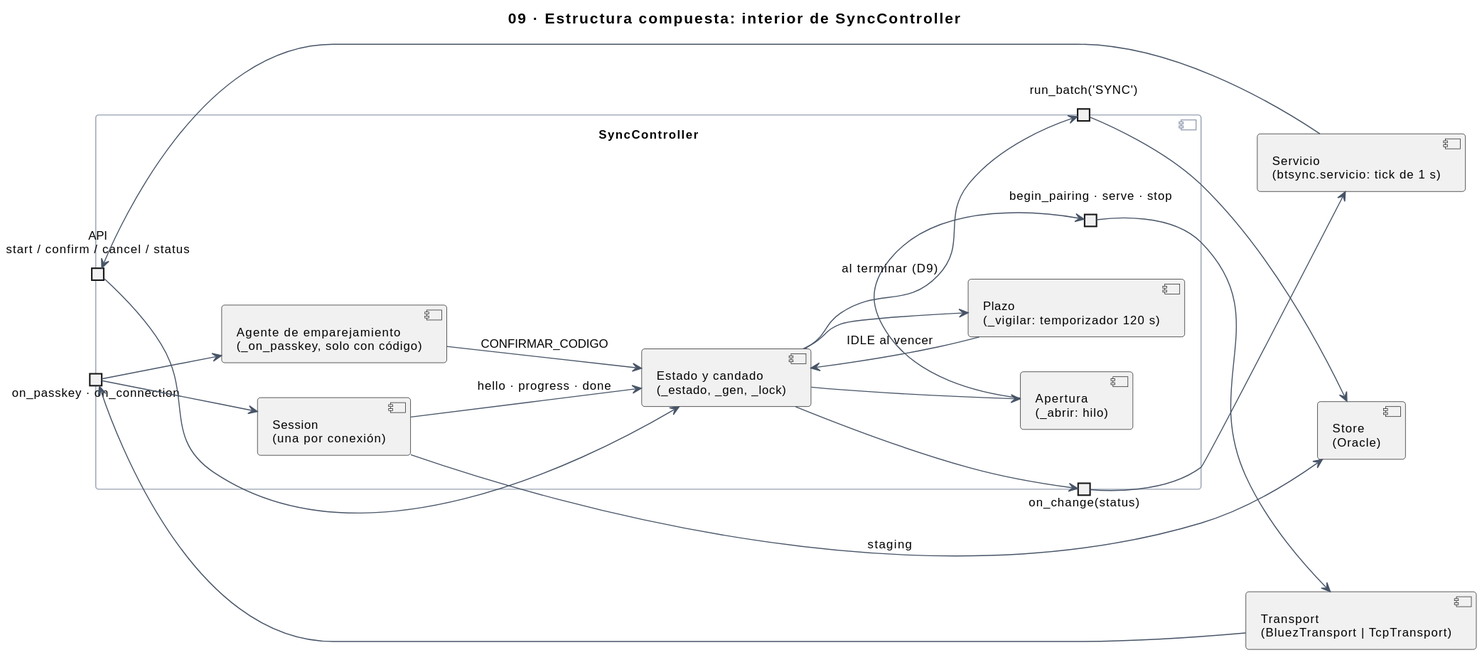
Above: docs/img/uml/09-estructura-compuesta.svg in sebas-archive/kardex-bt (PlantUML), before the change.
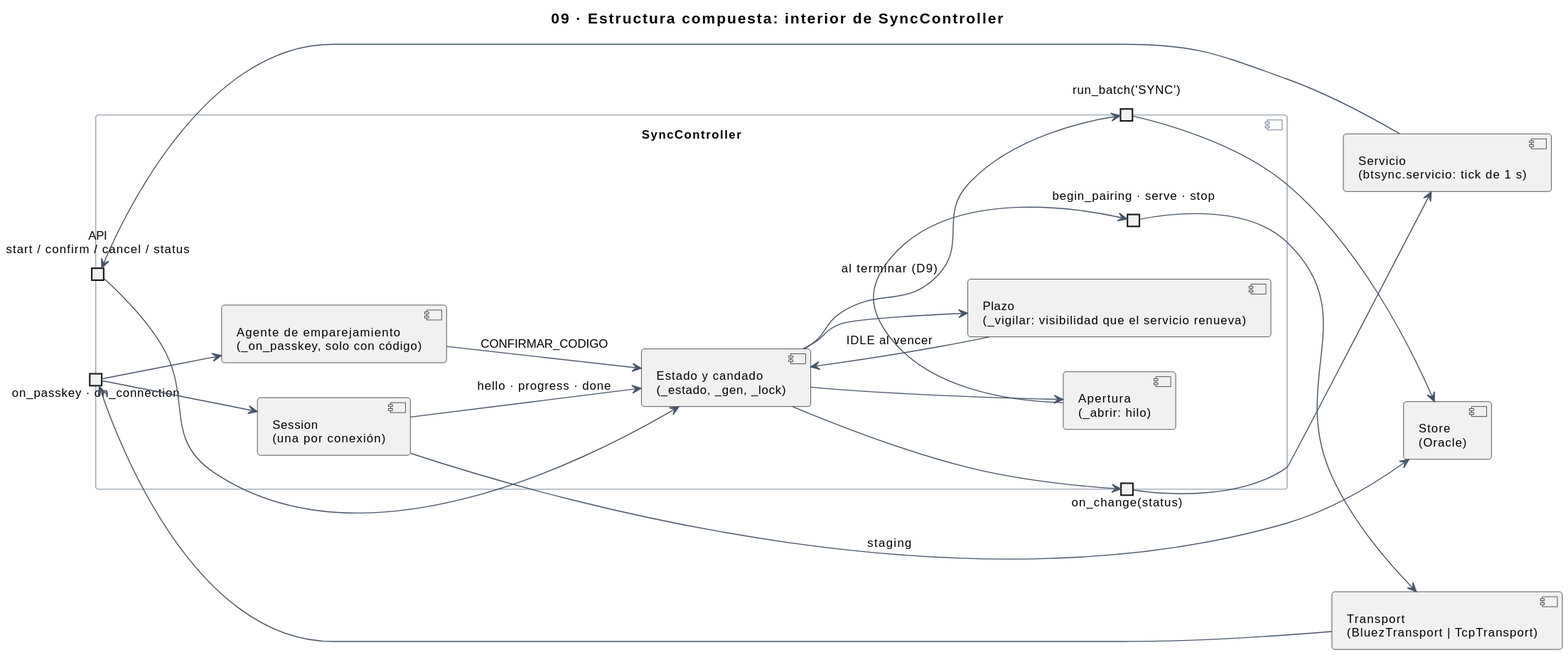
Above is the later version.

The edit, as a diff of the source:
```diff
@@ -16,7 +16,7 @@
 
   component "Estado y candado\n(_estado, _gen, _lock)" as estado
   component "Apertura\n(_abrir: hilo)" as apertura
-  component "Plazo\n(_vigilar: temporizador 120 s)" as plazo
+  component "Plazo\n(_vigilar: visibilidad que el servicio renueva)" as plazo
   component "Agente de emparejamiento\n(_on_passkey, solo con código)" as agente
   component "Session\n(una por conexión)" as sesion
 }
```
